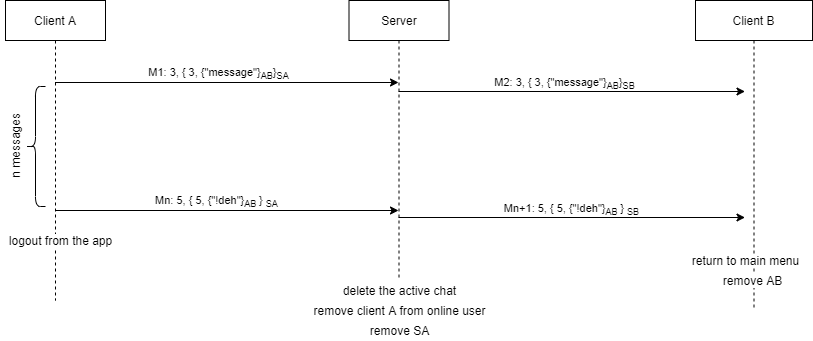
The draw.io diagram resources/drawio/Chat.png in seraogianluca/secure-messaging, before a commit. Source tidied: cells renumbered, new cells last; positions are measured from the earlier drawing's top-left corner, leaving out a move shared by most shapes. The source it was exported from:
```xml
<mxGraphModel>
  <root>
    <mxCell id="0" />
    <mxCell id="1" parent="0" />
    <mxCell id="2" value="Client A" style="shape=umlLifeline;perimeter=lifelinePerimeter;whiteSpace=wrap;html=1;" parent="1" vertex="1">
      <mxGeometry x="30" width="100" height="300" as="geometry" />
    </mxCell>
    <mxCell id="3" value="Server" style="shape=umlLifeline;perimeter=lifelinePerimeter;whiteSpace=wrap;html=1;" parent="1" vertex="1">
      <mxGeometry x="373.5" width="100" height="280" as="geometry" />
    </mxCell>
    <mxCell id="4" value="Client B" style="shape=umlLifeline;perimeter=lifelinePerimeter;whiteSpace=wrap;html=1;outlineConnect=0;" parent="1" vertex="1">
      <mxGeometry x="720" width="117" height="310" as="geometry" />
    </mxCell>
    <mxCell id="5" value="remove AB" style="text;html=1;align=center;verticalAlign=middle;strokeColor=none;labelBackgroundColor=#ffffff;" parent="4" vertex="1">
      <mxGeometry x="22" y="270" width="70" height="20" as="geometry" />
    </mxCell>
    <mxCell id="6" style="endArrow=classic;html=1;" parent="1" edge="1">
      <mxGeometry relative="1" as="geometry">
        <mxPoint x="79.5" y="82" as="sourcePoint" />
        <mxPoint x="423" y="82" as="targetPoint" />
      </mxGeometry>
    </mxCell>
    <mxCell id="7" value="M1: 3, { 3, {&quot;message&quot;}&lt;sub&gt;AB&lt;/sub&gt;}&lt;sub&gt;SA&lt;/sub&gt;" style="edgeLabel;html=1;align=center;verticalAlign=middle;" parent="6" vertex="1">
      <mxGeometry x="-0.06" y="-1" relative="1" as="geometry">
        <mxPoint x="2" y="-11" as="offset" />
      </mxGeometry>
    </mxCell>
    <mxCell id="8" style="endArrow=classic;html=1;" parent="1" edge="1">
      <mxGeometry relative="1" as="geometry">
        <mxPoint x="79.5" y="210" as="sourcePoint" />
        <mxPoint x="423" y="210" as="targetPoint" />
      </mxGeometry>
    </mxCell>
    <mxCell id="9" value="Mn: 5, { 5, {&quot;!deh&quot;}&lt;sub&gt;AB &lt;/sub&gt;} &lt;sub&gt;SA&lt;/sub&gt;" style="edgeLabel;html=1;align=center;verticalAlign=middle;" parent="8" vertex="1">
      <mxGeometry x="-0.24" y="2" relative="1" as="geometry">
        <mxPoint x="31" y="-8" as="offset" />
      </mxGeometry>
    </mxCell>
    <mxCell id="10" style="endArrow=classic;html=1;" parent="1" edge="1">
      <mxGeometry relative="1" as="geometry">
        <mxPoint x="423" y="91" as="sourcePoint" />
        <mxPoint x="769.5" y="91" as="targetPoint" />
      </mxGeometry>
    </mxCell>
    <mxCell id="11" value="M2: 3, { 3, {&quot;message&quot;}&lt;sub&gt;AB&lt;/sub&gt;}&lt;sub&gt;SB&lt;/sub&gt;" style="edgeLabel;html=1;align=center;verticalAlign=middle;" parent="10" vertex="1">
      <mxGeometry x="-0.05" y="-2" relative="1" as="geometry">
        <mxPoint y="-11" as="offset" />
      </mxGeometry>
    </mxCell>
    <mxCell id="12" style="endArrow=classic;html=1;" parent="1" edge="1">
      <mxGeometry relative="1" as="geometry">
        <mxPoint x="423" y="217" as="sourcePoint" />
        <mxPoint x="769.5" y="217" as="targetPoint" />
      </mxGeometry>
    </mxCell>
    <mxCell id="13" value="Mn+1: 5, { 5, {&quot;!deh&quot;}&lt;sub&gt;AB&amp;nbsp;&lt;/sub&gt;}&amp;nbsp;&lt;sub&gt;SB&lt;/sub&gt;" style="edgeLabel;html=1;align=center;verticalAlign=middle;" parent="12" vertex="1">
      <mxGeometry x="-0.06" y="-1" relative="1" as="geometry">
        <mxPoint x="10" y="-10" as="offset" />
      </mxGeometry>
    </mxCell>
    <mxCell id="14" value="delete the active chat" style="text;html=1;align=center;verticalAlign=middle;strokeColor=none;" parent="1" vertex="1">
      <mxGeometry x="358.5" y="280" width="130" height="20" as="geometry" />
    </mxCell>
    <mxCell id="15" style="shape=curlyBracket;whiteSpace=wrap;html=1;rounded=1;" parent="1" vertex="1">
      <mxGeometry x="50" y="86" width="20" height="120" as="geometry" />
    </mxCell>
    <mxCell id="16" value="n messages" style="text;html=1;align=center;verticalAlign=middle;strokeColor=none;rotation=-90;" parent="1" vertex="1">
      <mxGeometry y="136" width="80" height="20" as="geometry" />
    </mxCell>
    <mxCell id="17" value="remove client A from online user" style="text;html=1;align=center;verticalAlign=middle;strokeColor=none;" parent="1" vertex="1">
      <mxGeometry x="329" y="300" width="190" height="20" as="geometry" />
    </mxCell>
    <mxCell id="18" value="logout from the app" style="text;html=1;align=center;verticalAlign=middle;strokeColor=none;labelBackgroundColor=#ffffff;" parent="1" vertex="1">
      <mxGeometry x="25" y="230" width="120" height="20" as="geometry" />
    </mxCell>
    <mxCell id="19" value="return to main menu" style="text;html=1;align=center;verticalAlign=middle;strokeColor=none;labelBackgroundColor=#ffffff;" parent="1" vertex="1">
      <mxGeometry x="710" y="250" width="120" height="20" as="geometry" />
    </mxCell>
    <mxCell id="20" value="remove SA" style="text;html=1;align=center;verticalAlign=middle;strokeColor=none;" parent="1" vertex="1">
      <mxGeometry x="389" y="320" width="70" height="20" as="geometry" />
    </mxCell>
  </root>
</mxGraphModel>
```
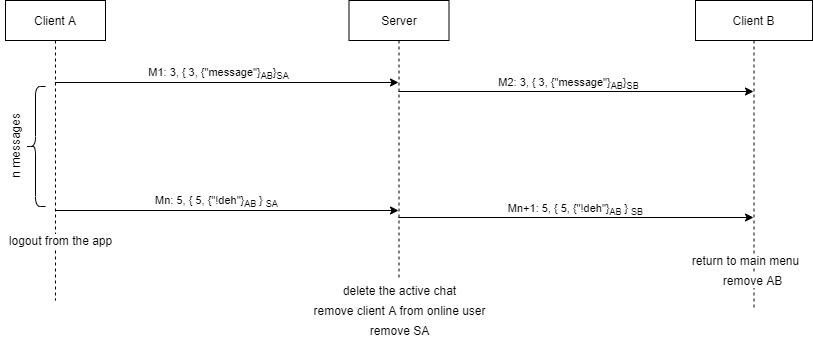
The same diagram one commit later.

What changed in the source:
```diff
@@ -36,10 +36,9 @@
         <mxPoint x="31" y="-8" as="offset" />
       </mxGeometry>
     </mxCell>
-    <mxCell id="10" style="endArrow=classic;html=1;" parent="1" edge="1">
+    <mxCell id="10" style="endArrow=classic;html=1;" parent="1" edge="1" target="4">
       <mxGeometry relative="1" as="geometry">
         <mxPoint x="423" y="91" as="sourcePoint" />
-        <mxPoint x="769.5" y="91" as="targetPoint" />
       </mxGeometry>
     </mxCell>
     <mxCell id="11" value="M2: 3, { 3, {&quot;message&quot;}&lt;sub&gt;AB&lt;/sub&gt;}&lt;sub&gt;SB&lt;/sub&gt;" style="edgeLabel;html=1;align=center;verticalAlign=middle;" parent="10" vertex="1">
@@ -47,10 +46,9 @@
         <mxPoint y="-11" as="offset" />
       </mxGeometry>
     </mxCell>
-    <mxCell id="12" style="endArrow=classic;html=1;" parent="1" edge="1">
+    <mxCell id="12" style="endArrow=classic;html=1;" parent="1" edge="1" target="4">
       <mxGeometry relative="1" as="geometry">
         <mxPoint x="423" y="217" as="sourcePoint" />
-        <mxPoint x="769.5" y="217" as="targetPoint" />
       </mxGeometry>
     </mxCell>
     <mxCell id="13" value="Mn+1: 5, { 5, {&quot;!deh&quot;}&lt;sub&gt;AB&amp;nbsp;&lt;/sub&gt;}&amp;nbsp;&lt;sub&gt;SB&lt;/sub&gt;" style="edgeLabel;html=1;align=center;verticalAlign=middle;" parent="12" vertex="1">
```
